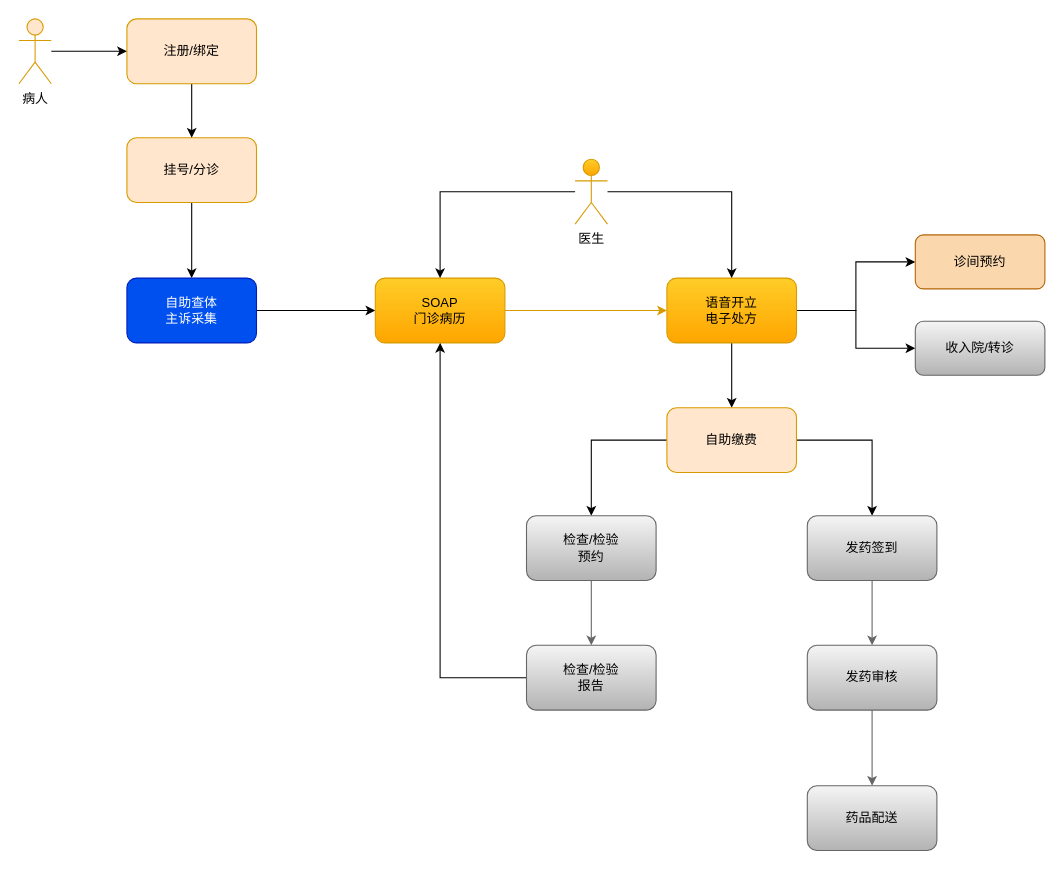
hebzhjg/ntl2020 keeps this draw.io diagram as page "就诊流程图" (2 of 3) of draws/门诊电子病历互联网医院设计.drawio. Above is the earlier version. Source tidied: cells renumbered, new cells numbered last; positions are measured from the earlier drawing's top-left corner, leaving out a move shared by most shapes. Both pictures are drawn from the tidied source at 108%, with x=0, y=0 at pixel (18, 18).
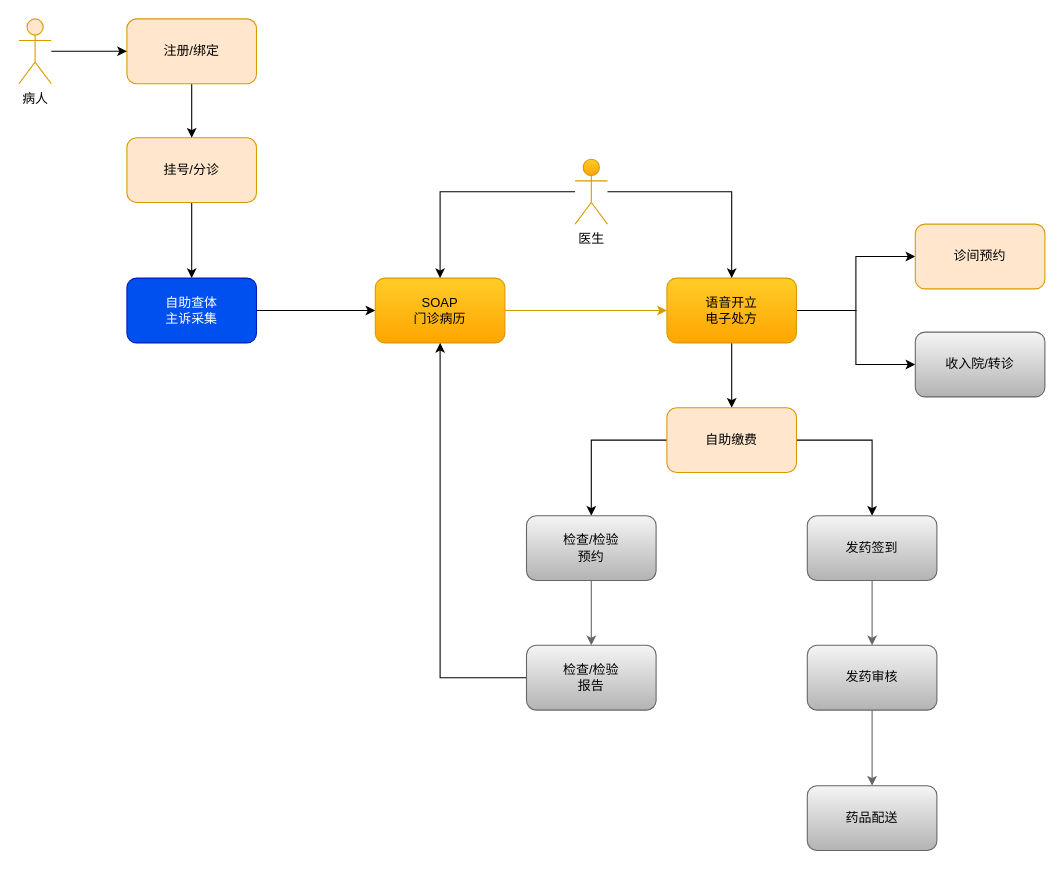
The same page after the edit.

What changed in the source:
```diff
@@
     <mxCell id="25" value="收入院/转诊" style="rounded=1;whiteSpace=wrap;html=1;fillColor=#f5f5f5;strokeColor=#666666;gradientColor=#b3b3b3;" parent="1" vertex="1">
-      <mxGeometry x="830" y="280" width="120" height="50" as="geometry" />
+      <mxGeometry x="830" y="290" width="120" height="60" as="geometry" />
     </mxCell>
@@
-    <mxCell id="32" value="诊间预约" style="rounded=1;whiteSpace=wrap;html=1;fillColor=#fad7ac;strokeColor=#b46504;" parent="1" vertex="1">
-      <mxGeometry x="830" y="200" width="120" height="50" as="geometry" />
+    <mxCell id="32" value="诊间预约" style="rounded=1;whiteSpace=wrap;html=1;fillColor=#ffe6cc;strokeColor=#d79b00;" parent="1" vertex="1">
+      <mxGeometry x="830" y="190" width="120" height="60" as="geometry" />
     </mxCell>
```
